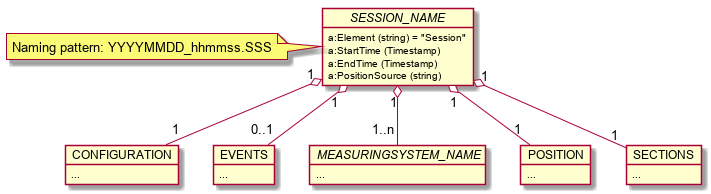
This is images/generated/rcmdx_session_group.png from OpenRailAssociation/rcm-dx, a PlantUML export, as it was before one commit.
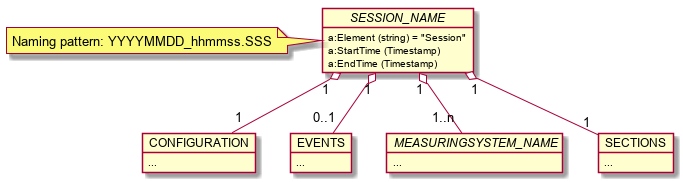
Later version of the same file.

Commit message:
Remove position subgroup

What changed in the source:
```diff
@@ -4,7 +4,6 @@
     a:Element (string) = "Session"
     a:StartTime (Timestamp)
     a:EndTime (Timestamp)
-    a:PositionSource (string)
   }
   note left: Naming pattern: YYYYMMDD_hhmmss.SSS
 
@@ -23,11 +22,6 @@
   }
   session_name "1" o-- "1..n" MEASURINGSYSTEM
 
-  object POSITION {
-    ...
-  }
-  session_name "1" o-- "1" POSITION
-
   object SECTIONS {
     ...
   }
```
